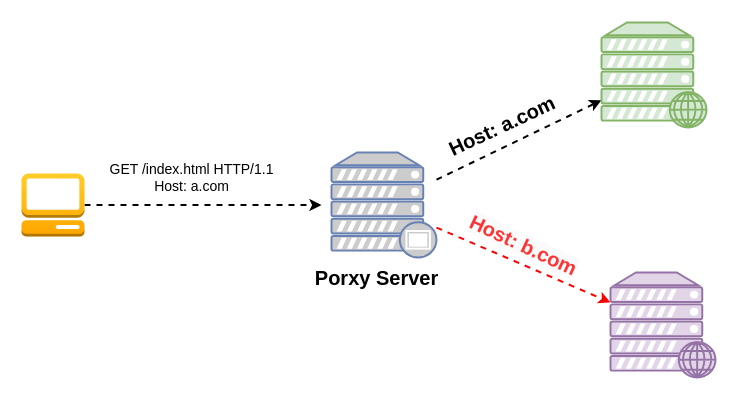
Earlier version of the draw.io diagram http/1.1-host.drawio (auula/draw.io). Source tidied: cells renumbered, new cells numbered last; positions are measured from the earlier drawing's top-left corner, leaving out a move shared by most shapes. Both pictures are drawn from the tidied source at 100%, with x=0, y=0 at pixel (21, 22).
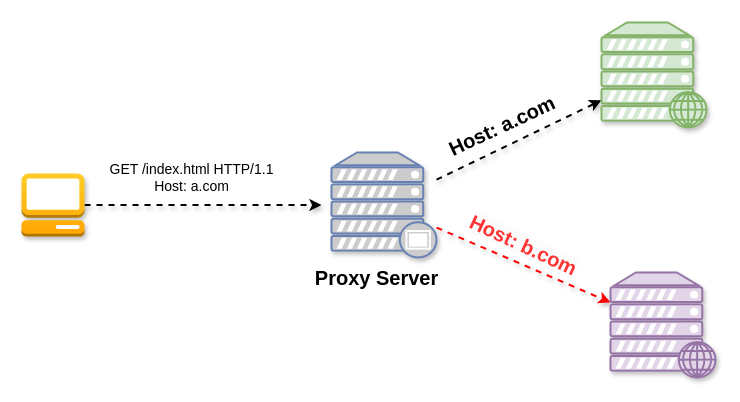
The same diagram, later.

What changed in the source:
```diff
@@
 <mxGraphModel>
   <root>
     <mxCell id="0" />
     <mxCell id="1" parent="0" />
-    <mxCell id="2" style="rounded=0;jettySize=auto;html=1;strokeWidth=2;dashed=1;" parent="1" edge="1" source="4" target="5">
+    <mxCell id="2" style="rounded=0;jettySize=auto;html=1;strokeWidth=2;dashed=1;shadow=1;" parent="1" edge="1" source="4" target="5">
       <mxGeometry relative="1" as="geometry" />
     </mxCell>
-    <mxCell id="3" style="rounded=0;jettySize=auto;html=1;strokeWidth=2;dashed=1;fillColor=#e51400;strokeColor=#FF0000;" parent="1" edge="1" source="4" target="6">
+    <mxCell id="3" style="rounded=0;jettySize=auto;html=1;strokeWidth=2;dashed=1;fillColor=#e51400;strokeColor=#FF0000;shadow=1;" parent="1" edge="1" source="4" target="6">
       <mxGeometry relative="1" as="geometry" />
     </mxCell>
-    <mxCell id="4" style="fontColor=#0066CC;verticalAlign=top;verticalLabelPosition=bottom;labelPosition=center;align=center;html=1;outlineConnect=0;fillColor=#CCCCCC;strokeColor=#6881B3;gradientColor=none;gradientDirection=north;strokeWidth=2;shape=mxgraph.networks.proxy_server;" parent="1" vertex="1">
+    <mxCell id="4" style="fontColor=#0066CC;verticalAlign=top;verticalLabelPosition=bottom;labelPosition=center;align=center;html=1;outlineConnect=0;fillColor=#CCCCCC;strokeColor=#6881B3;gradientColor=none;gradientDirection=north;strokeWidth=2;shape=mxgraph.networks.proxy_server;shadow=1;" parent="1" vertex="1">
       <mxGeometry x="310" y="130" width="105" height="105" as="geometry" />
     </mxCell>
-    <mxCell id="5" style="verticalAlign=top;verticalLabelPosition=bottom;labelPosition=center;align=center;html=1;outlineConnect=0;fillColor=#d5e8d4;strokeColor=#82b366;gradientDirection=north;strokeWidth=2;shape=mxgraph.networks.web_server;" parent="1" vertex="1">
+    <mxCell id="5" style="verticalAlign=top;verticalLabelPosition=bottom;labelPosition=center;align=center;html=1;outlineConnect=0;fillColor=#d5e8d4;strokeColor=#82b366;gradientDirection=north;strokeWidth=2;shape=mxgraph.networks.web_server;shadow=1;" parent="1" vertex="1">
       <mxGeometry x="580" width="105" height="105" as="geometry" />
     </mxCell>
-    <mxCell id="6" style="verticalAlign=top;verticalLabelPosition=bottom;labelPosition=center;align=center;html=1;outlineConnect=0;fillColor=#e1d5e7;strokeColor=#9673a6;gradientDirection=north;strokeWidth=2;shape=mxgraph.networks.web_server;" parent="1" vertex="1">
+    <mxCell id="6" style="verticalAlign=top;verticalLabelPosition=bottom;labelPosition=center;align=center;html=1;outlineConnect=0;fillColor=#e1d5e7;strokeColor=#9673a6;gradientDirection=north;strokeWidth=2;shape=mxgraph.networks.web_server;shadow=1;" parent="1" vertex="1">
       <mxGeometry x="589" y="250" width="105" height="105" as="geometry" />
     </mxCell>
-    <mxCell id="7" value="&lt;b style=&quot;border-color: var(--border-color); font-size: 20px;&quot;&gt;Host: a.com&lt;/b&gt;" style="text;html=1;align=center;verticalAlign=middle;strokeColor=none;fillColor=none;rotation=-25;" parent="1" vertex="1">
+    <mxCell id="7" value="&lt;b style=&quot;border-color: var(--border-color); font-size: 20px;&quot;&gt;Host: a.com&lt;/b&gt;" style="text;html=1;align=center;verticalAlign=middle;strokeColor=none;fillColor=none;rotation=-25;shadow=1;" parent="1" vertex="1">
       <mxGeometry x="410" y="83" width="140" height="40" as="geometry" />
     </mxCell>
-    <mxCell id="8" value="&lt;b style=&quot;border-color: var(--border-color); font-family: Helvetica; font-size: 20px; font-style: normal; font-variant-ligatures: normal; font-variant-caps: normal; letter-spacing: normal; orphans: 2; text-align: center; text-indent: 0px; text-transform: none; widows: 2; word-spacing: 0px; -webkit-text-stroke-width: 0px; background-color: rgb(251, 251, 251); text-decoration-thickness: initial; text-decoration-style: initial; text-decoration-color: initial;&quot;&gt;&lt;font color=&quot;#ff3333&quot;&gt;Host: b.com&lt;/font&gt;&lt;/b&gt;" style="text;whiteSpace=wrap;html=1;rotation=25;" parent="1" vertex="1">
+    <mxCell id="8" value="&lt;b style=&quot;border-color: var(--border-color); font-family: Helvetica; font-size: 20px; font-style: normal; font-variant-ligatures: normal; font-variant-caps: normal; letter-spacing: normal; orphans: 2; text-align: center; text-indent: 0px; text-transform: none; widows: 2; word-spacing: 0px; -webkit-text-stroke-width: 0px; background-color: rgb(251, 251, 251); text-decoration-thickness: initial; text-decoration-style: initial; text-decoration-color: initial;&quot;&gt;&lt;font color=&quot;#ff3333&quot;&gt;Host: b.com&lt;/font&gt;&lt;/b&gt;" style="text;whiteSpace=wrap;html=1;rotation=25;shadow=1;" parent="1" vertex="1">
       <mxGeometry x="439" y="210" width="150" height="50" as="geometry" />
     </mxCell>
-    <mxCell id="9" style="edgeStyle=orthogonalEdgeStyle;rounded=0;jettySize=auto;html=1;strokeWidth=2;dashed=1;" parent="1" edge="1" source="10">
+    <mxCell id="9" style="edgeStyle=orthogonalEdgeStyle;rounded=0;jettySize=auto;html=1;strokeWidth=2;dashed=1;shadow=1;" parent="1" edge="1" source="10">
       <mxGeometry relative="1" as="geometry">
         <mxPoint x="300" y="182.5" as="targetPoint" />
       </mxGeometry>
     </mxCell>
-    <mxCell id="10" style="outlineConnect=0;dashed=0;verticalLabelPosition=bottom;verticalAlign=top;align=center;html=1;shape=mxgraph.aws3.management_console;fillColor=#ffcd28;strokeColor=#d79b00;gradientColor=#ffa500;" parent="1" vertex="1">
+    <mxCell id="10" style="outlineConnect=0;dashed=0;verticalLabelPosition=bottom;verticalAlign=top;align=center;html=1;shape=mxgraph.aws3.management_console;fillColor=#ffcd28;strokeColor=#d79b00;gradientColor=#ffa500;shadow=1;" parent="1" vertex="1">
       <mxGeometry y="151" width="63" height="63" as="geometry" />
     </mxCell>
-    <mxCell id="11" value="&lt;font style=&quot;font-size: 14px;&quot;&gt;GET /index.html HTTP/1.1&lt;br&gt;Host: a.com&lt;/font&gt;" style="text;html=1;align=center;verticalAlign=middle;strokeColor=none;fillColor=none;" parent="1" vertex="1">
+    <mxCell id="11" value="&lt;font style=&quot;font-size: 14px;&quot;&gt;GET /index.html HTTP/1.1&lt;br&gt;Host: a.com&lt;/font&gt;" style="text;html=1;align=center;verticalAlign=middle;strokeColor=none;fillColor=none;shadow=1;" parent="1" vertex="1">
       <mxGeometry x="75" y="130" width="190" height="50" as="geometry" />
     </mxCell>
-    <mxCell id="12" value="&lt;b&gt;&lt;font style=&quot;font-size: 20px;&quot;&gt;Porxy Server&lt;/font&gt;&lt;/b&gt;" style="text;html=1;align=center;verticalAlign=middle;strokeColor=none;fillColor=none;" parent="1" vertex="1">
+    <mxCell id="12" value="&lt;b&gt;&lt;font style=&quot;font-size: 20px;&quot;&gt;Proxy Server&lt;/font&gt;&lt;/b&gt;" style="text;html=1;align=center;verticalAlign=middle;strokeColor=none;fillColor=none;shadow=1;" parent="1" vertex="1">
       <mxGeometry x="280" y="235" width="150" height="40" as="geometry" />
     </mxCell>
   </root>
 </mxGraphModel>
```
